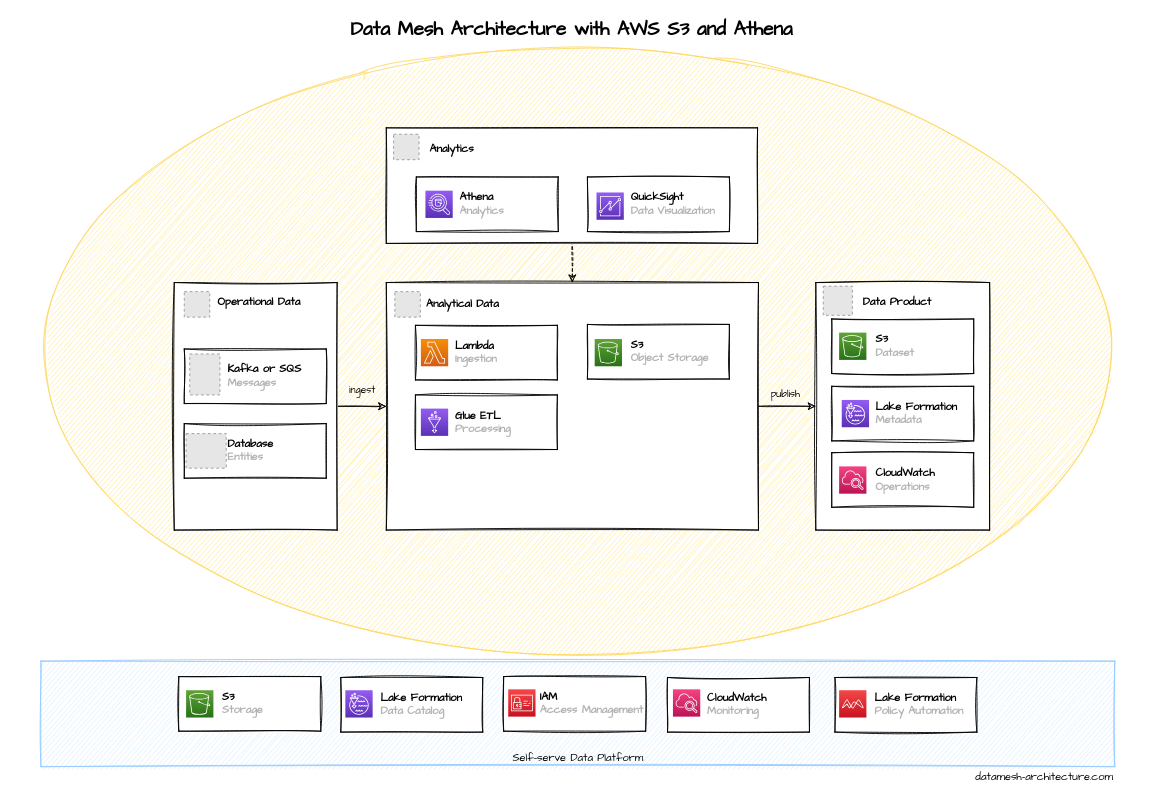
This is diagrams/aws-s3-athena.drawio from datamesh-architecture/datamesh-architecture.com, a draw.io file, before an edit. Source tidied: cells renumbered, new cells numbered last; positions are measured from the earlier drawing's top-left corner, leaving out a move shared by most shapes. Both pictures are drawn from the tidied source at 91%, with x=0, y=0 at pixel (15, 15). Pictures stored in the file or linked from it are replaced by grey dashed boxes.
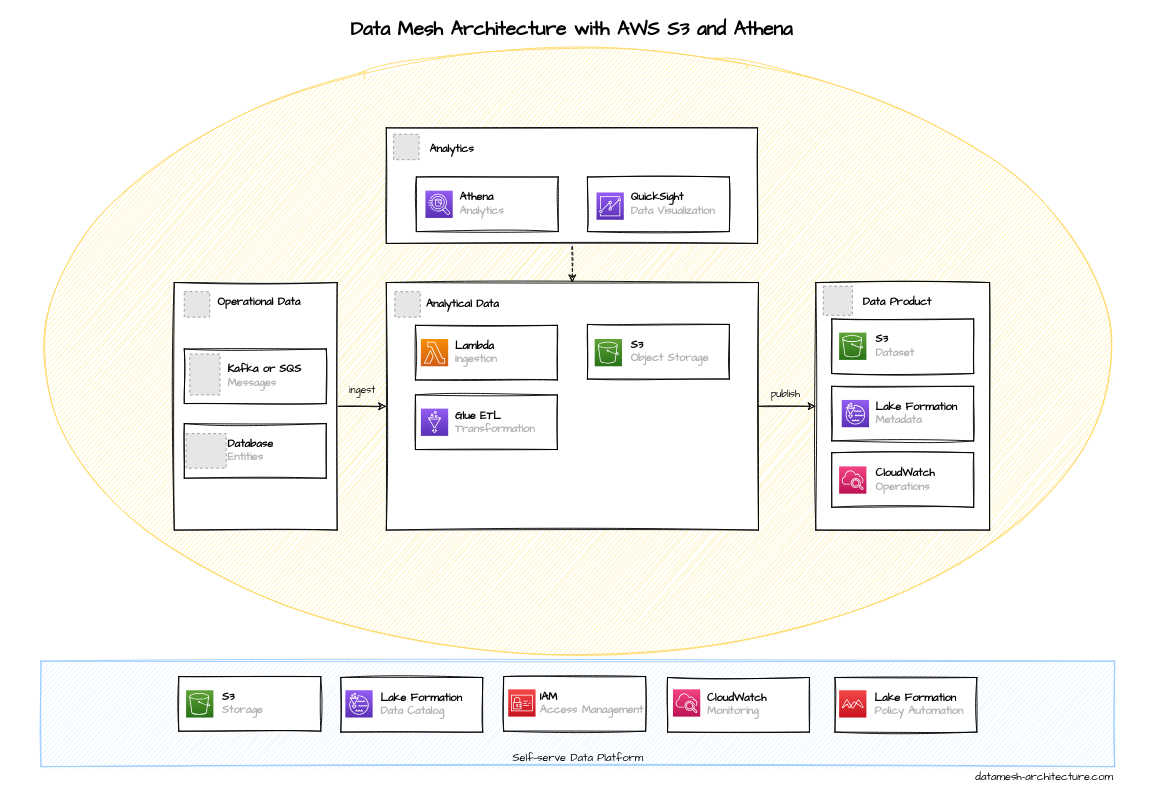
After the change.

The change refers to these unchanged cells:
```xml
<mxCell id="33" style="group;" parent="1" vertex="1">
  <mxGeometry x="439" y="416.5" width="166" height="91.5" as="geometry" />
</mxCell>
```

The edit, as a diff of the source:
```diff
@@
-    <mxCell id="34" value="&lt;font style=&quot;font-size: 12px&quot;&gt;Glue ETL&lt;br&gt;&lt;/font&gt;&lt;font style=&quot;font-size: 12px&quot; color=&quot;#b3b3b3&quot;&gt;Processing&lt;/font&gt;" style="rounded=0;whiteSpace=wrap;html=1;fontStyle=1;sketch=1;fontFamily=Architects Daughter;align=left;spacingLeft=42;" parent="33" vertex="1">
+    <mxCell id="34" value="&lt;font style=&quot;font-size: 12px&quot;&gt;Glue ETL&lt;br&gt;&lt;/font&gt;&lt;font style=&quot;font-size: 12px&quot; color=&quot;#b3b3b3&quot;&gt;Transformation&lt;/font&gt;" style="rounded=0;whiteSpace=wrap;html=1;fontStyle=1;sketch=1;fontFamily=Architects Daughter;align=left;spacingLeft=42;" parent="33" vertex="1">
       <mxGeometry width="156" height="60" as="geometry" />
     </mxCell>
```
